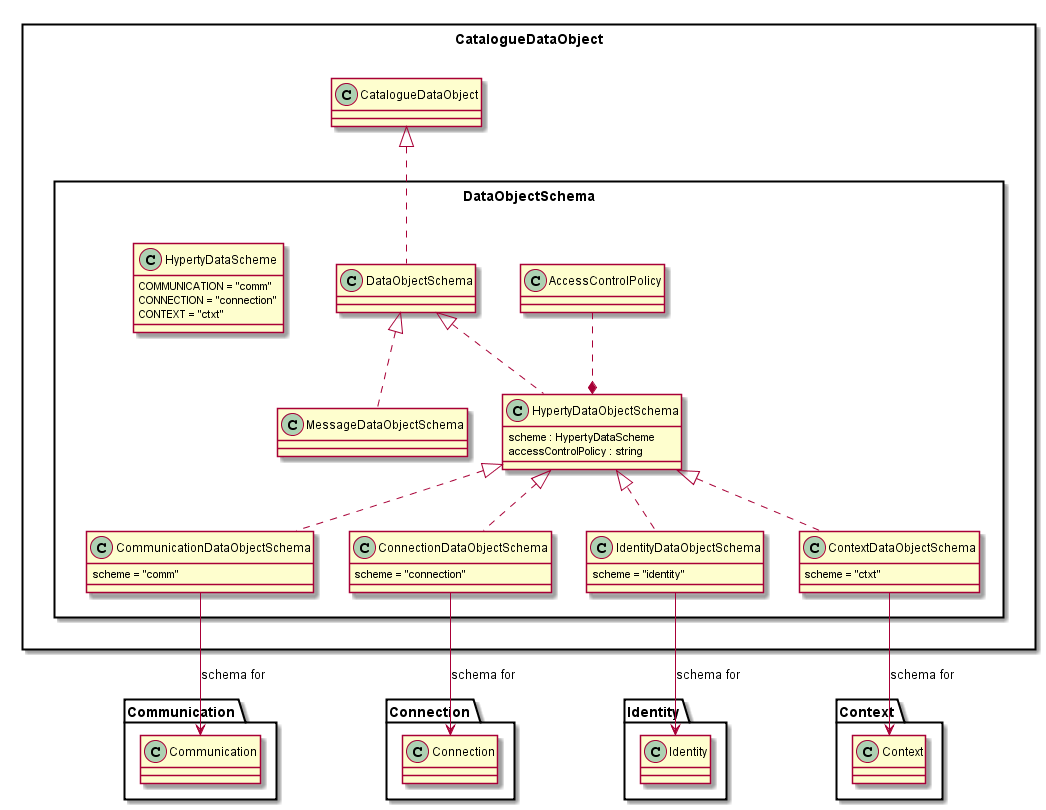
Before: docs/datamodel/core/hyperty-catalogue/Data-Object-Schema.png, a diagram exported from PlantUML (reTHINK-project/dev-service-framework).
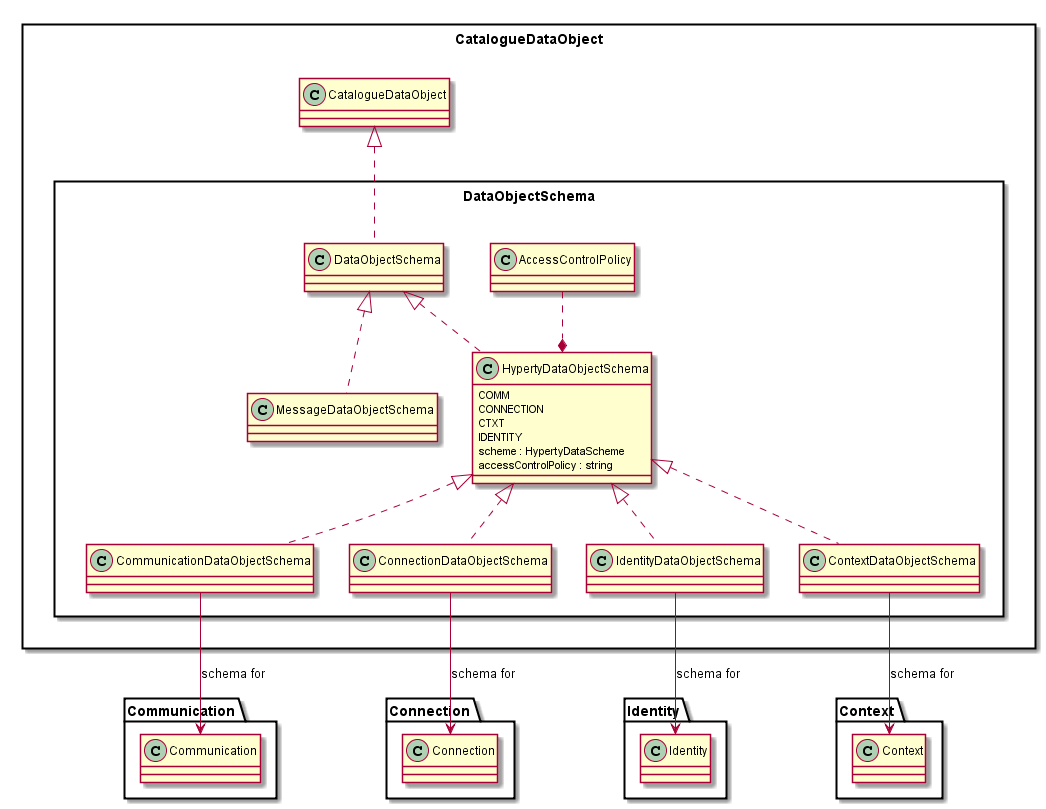
After the change.

Change to the diagram source:
```diff
@@ -2,66 +2,63 @@
 
 package CatalogueDataObject <<Rect>> {
 
+	package DataObjectSchema <<Rect>> {
 
-package DataObjectSchema <<Rect>> {
+		class DataObjectSchema {
+		}
 
-	class DataObjectSchema {
-	}
+		class MessageDataObjectSchema {
+		}
+
+		enum HypertyDataObjectSchema {
+			COMM
+			CONNECTION
+			CTXT
+			IDENTITY
+		}
 
 
-	DataObjectSchema .up.|> CatalogueDataObject.CatalogueDataObject
+		class HypertyDataObjectSchema {
+		  scheme : HypertyDataScheme
+			accessControlPolicy : string
+		}
 
-	class MessageDataObjectSchema {
+		class AccessControlPolicy {
+		}
+
+		class CommunicationDataObjectSchema {
+		}
+
+		class ConnectionDataObjectSchema {
+		}
+
+		class IdentityDataObjectSchema {
+		}
+
+		class ContextDataObjectSchema {
+		}
+
+		DataObjectSchema .up.|> CatalogueDataObject.CatalogueDataObject
+
+		MessageDataObjectSchema .up.|> DataObjectSchema
+
+		HypertyDataObjectSchema .up.|> DataObjectSchema
+		HypertyDataObjectSchema *.up. AccessControlPolicy
+
+		CommunicationDataObjectSchema .up.|> HypertyDataObjectSchema
+
+		ConnectionDataObjectSchema .up.|> HypertyDataObjectSchema
+		IdentityDataObjectSchema .up.|> HypertyDataObjectSchema
+		ContextDataObjectSchema .up.|> HypertyDataObjectSchema
+
+		CommunicationDataObjectSchema -down-> Communication.Communication : schema for
+
+		ConnectionDataObjectSchema -down-> Connection.Connection : schema for
+
+		IdentityDataObjectSchema -down-> Identity.Identity : schema for
+
+		ContextDataObjectSchema -down-> Context.Context : schema for
 	}
-
-	class HypertyDataObjectSchema {
-	scheme : HypertyDataScheme
-	accessControlPolicy : string
-	}
-
-	class HypertyDataScheme {
-	 COMMUNICATION = "comm"
-	 CONNECTION = "connection"
-	 CONTEXT = "ctxt"
-	 	}
-
-	class AccessControlPolicy {
-	}
-
-	class CommunicationDataObjectSchema {
-	scheme = "comm"
-	}
-
-	class ConnectionDataObjectSchema {
-	scheme = "connection"
-	}
-
-	class IdentityDataObjectSchema {
-	scheme = "identity"
-	}
-
-	class ContextDataObjectSchema {
-	scheme = "ctxt"
-	}
-
-	MessageDataObjectSchema .up.|> DataObjectSchema
-	HypertyDataObjectSchema .up.|> DataObjectSchema
-
-	HypertyDataObjectSchema *.up. AccessControlPolicy
-
-	CommunicationDataObjectSchema .up.|> HypertyDataObjectSchema
-	ConnectionDataObjectSchema .up.|> HypertyDataObjectSchema
-	IdentityDataObjectSchema .up.|> HypertyDataObjectSchema
-	ContextDataObjectSchema .up.|> HypertyDataObjectSchema
-
-	CommunicationDataObjectSchema -down-> Communication.Communication : schema for
-
-	ConnectionDataObjectSchema -down-> Connection.Connection : schema for
-
-	IdentityDataObjectSchema -down-> Identity.Identity : schema for
-
-	ContextDataObjectSchema -down-> Context.Context : schema for
 }
 
-}
 @enduml
```
